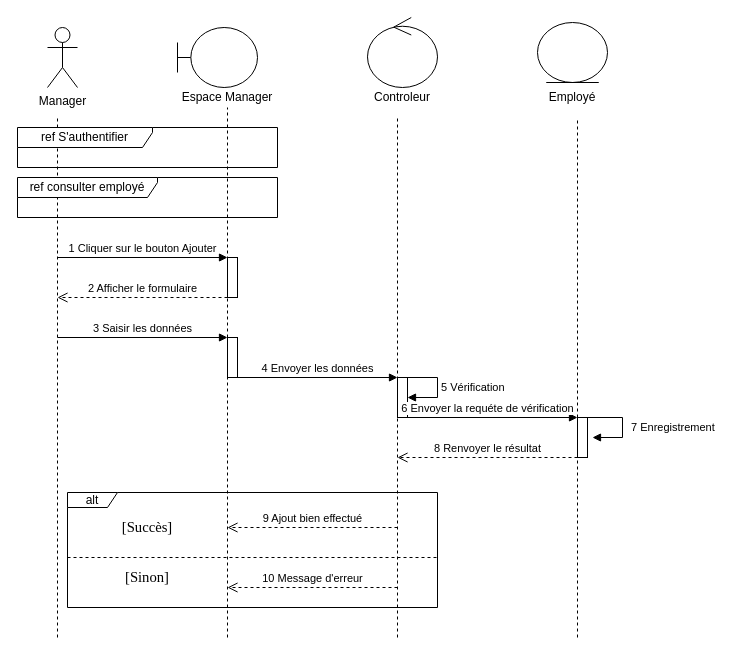
The draw.io diagram Untitled Diagram.drawio in iheblatrech/form-inscription-react, before the edit. Source tidied: cells renumbered, new cells numbered last; positions are measured from the earlier drawing's top-left corner, leaving out a move shared by most shapes. Both pictures are drawn from the tidied source at 100%, with x=0, y=0 at pixel (17, 17).
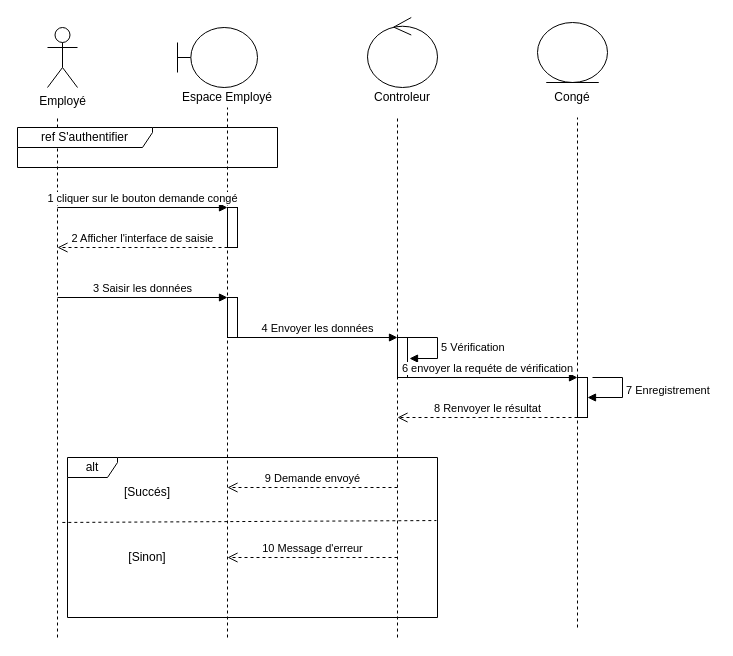
The same diagram, later.

Commit message:
Demande-congé

What changed in the source:
```diff
@@
-    <mxCell id="2" value="Manager" style="shape=umlActor;verticalLabelPosition=bottom;verticalAlign=top;html=1;" parent="1" vertex="1">
+    <mxCell id="2" value="Employé" style="shape=umlActor;verticalLabelPosition=bottom;verticalAlign=top;html=1;" parent="1" vertex="1">
       <mxGeometry x="30" y="10" width="30" height="60" as="geometry" />
     </mxCell>
@@
-    <mxCell id="6" value="Espace Manager" style="text;html=1;strokeColor=none;fillColor=none;align=center;verticalAlign=middle;whiteSpace=wrap;rounded=0;" parent="1" vertex="1">
+    <mxCell id="6" value="Espace Employé" style="text;html=1;strokeColor=none;fillColor=none;align=center;verticalAlign=middle;whiteSpace=wrap;rounded=0;" parent="1" vertex="1">
       <mxGeometry x="130" y="70" width="160" height="20" as="geometry" />
     </mxCell>
@@
-    <mxCell id="8" value="Employé" style="text;html=1;strokeColor=none;fillColor=none;align=center;verticalAlign=middle;whiteSpace=wrap;rounded=0;" parent="1" vertex="1">
+    <mxCell id="8" value="Congé" style="text;html=1;strokeColor=none;fillColor=none;align=center;verticalAlign=middle;whiteSpace=wrap;rounded=0;" parent="1" vertex="1">
       <mxGeometry x="535" y="70" width="40" height="20" as="geometry" />
     </mxCell>
@@
-    <mxCell id="13" style="endArrow=none;dashed=1;html=1;startArrow=none;" parent="1" edge="1" source="25">
+    <mxCell id="13" style="endArrow=none;dashed=1;html=1;startArrow=none;" parent="1" edge="1" source="41">
       <mxGeometry relative="1" as="geometry">
         <mxPoint x="560" y="100" as="targetPoint" />
       </mxGeometry>
     </mxCell>
@@
-    <mxCell id="15" value="ref consulter employé" style="shape=umlFrame;whiteSpace=wrap;html=1;width=140;height=20;" parent="1" vertex="1">
-      <mxGeometry y="160" width="260" height="40" as="geometry" />
-    </mxCell>
-    <mxCell id="16" value="1 Cliquer sur le bouton Ajouter" style="html=1;verticalAlign=bottom;endArrow=block;" parent="1" edge="1">
-      <mxGeometry relative="1" as="geometry">
-        <mxPoint x="40" y="240" as="sourcePoint" />
-        <mxPoint x="210" y="240" as="targetPoint" />
-      </mxGeometry>
-    </mxCell>
-    <mxCell id="17" style="html=1;perimeter=orthogonalPerimeter;" parent="1" vertex="1">
-      <mxGeometry x="210" y="240" width="10" height="40" as="geometry" />
-    </mxCell>
-    <mxCell id="18" value="2 Afficher le formulaire" style="html=1;verticalAlign=bottom;endArrow=open;dashed=1;endSize=8;" parent="1" edge="1">
-      <mxGeometry relative="1" as="geometry">
-        <mxPoint x="210" y="280" as="sourcePoint" />
-        <mxPoint x="40" y="280" as="targetPoint" />
-      </mxGeometry>
-    </mxCell>
+    <mxCell id="35" value="1 cliquer sur le bouton demande congé" style="html=1;verticalAlign=bottom;endArrow=block;" parent="1" edge="1">
+      <mxGeometry relative="1" as="geometry">
+        <mxPoint x="40" y="190" as="sourcePoint" />
+        <mxPoint x="210" y="190" as="targetPoint" />
+      </mxGeometry>
+    </mxCell>
+    <mxCell id="36" style="html=1;perimeter=orthogonalPerimeter;" parent="1" vertex="1">
+      <mxGeometry x="210" y="190" width="10" height="40" as="geometry" />
+    </mxCell>
+    <mxCell id="37" value="2 Afficher l'interface de saisie" style="html=1;verticalAlign=bottom;endArrow=open;dashed=1;endSize=8;" parent="1" edge="1">
+      <mxGeometry relative="1" as="geometry">
+        <mxPoint x="210" y="230" as="sourcePoint" />
+        <mxPoint x="40" y="230" as="targetPoint" />
+      </mxGeometry>
+    </mxCell>
     <mxCell id="19" value="3 Saisir les données" style="html=1;verticalAlign=bottom;endArrow=block;" parent="1" edge="1">
       <mxGeometry relative="1" as="geometry">
-        <mxPoint x="40" y="320" as="sourcePoint" />
-        <mxPoint x="210" y="320" as="targetPoint" />
+        <mxPoint x="40" y="280" as="sourcePoint" />
+        <mxPoint x="210" y="280" as="targetPoint" />
       </mxGeometry>
     </mxCell>
-    <mxCell id="20" style="html=1;perimeter=orthogonalPerimeter;" parent="1" vertex="1">
-      <mxGeometry x="210" y="320" width="10" height="40" as="geometry" />
-    </mxCell>
+    <mxCell id="38" style="html=1;perimeter=orthogonalPerimeter;" parent="1" vertex="1">
+      <mxGeometry x="210" y="280" width="10" height="40" as="geometry" />
+    </mxCell>
     <mxCell id="21" value="4 Envoyer les données" style="html=1;verticalAlign=bottom;endArrow=block;" parent="1" edge="1">
       <mxGeometry relative="1" as="geometry">
-        <mxPoint x="220" y="360" as="sourcePoint" />
-        <mxPoint x="380" y="360" as="targetPoint" />
+        <mxPoint x="220" y="320" as="sourcePoint" />
+        <mxPoint x="380" y="320" as="targetPoint" />
       </mxGeometry>
     </mxCell>
-    <mxCell id="22" style="html=1;points=[];perimeter=orthogonalPerimeter;" parent="1" vertex="1">
-      <mxGeometry x="380" y="360" width="10" height="40" as="geometry" />
-    </mxCell>
+    <mxCell id="39" style="html=1;points=[];perimeter=orthogonalPerimeter;" parent="1" vertex="1">
+      <mxGeometry x="380" y="320" width="10" height="40" as="geometry" />
+    </mxCell>
-    <mxCell id="23" value="5 Vérification" style="edgeStyle=orthogonalEdgeStyle;html=1;align=left;spacingLeft=2;endArrow=block;rounded=0;entryX=1;entryY=0.5;entryDx=0;entryDy=0;entryPerimeter=0;" parent="1" edge="1" target="22">
+    <mxCell id="23" value="5 Vérification" style="edgeStyle=orthogonalEdgeStyle;html=1;align=left;spacingLeft=2;endArrow=block;rounded=0;entryX=1.2;entryY=0.525;entryDx=0;entryDy=0;entryPerimeter=0;" parent="1" edge="1" target="39">
       <mxGeometry relative="1" as="geometry">
-        <mxPoint x="390" y="360" as="sourcePoint" />
+        <mxPoint x="390" y="320" as="sourcePoint" />
         <Array as="points">
-          <mxPoint x="420" y="360" />
-          <mxPoint x="420" y="380" />
+          <mxPoint x="420" y="320" />
+          <mxPoint x="420" y="341" />
         </Array>
       </mxGeometry>
     </mxCell>
-    <mxCell id="24" value="6 Envoyer la requéte de vérification" style="html=1;verticalAlign=bottom;endArrow=block;" parent="1" edge="1">
-      <mxGeometry relative="1" as="geometry">
-        <mxPoint x="380" y="400" as="sourcePoint" />
-        <mxPoint x="560" y="400" as="targetPoint" />
-      </mxGeometry>
-    </mxCell>
-    <mxCell id="25" style="html=1;points=[];perimeter=orthogonalPerimeter;" parent="1" vertex="1">
-      <mxGeometry x="560" y="400" width="10" height="40" as="geometry" />
-    </mxCell>
-    <mxCell id="26" style="endArrow=none;dashed=1;html=1;" parent="1" edge="1" target="25">
-      <mxGeometry relative="1" as="geometry">
-        <mxPoint x="560" y="620" as="sourcePoint" />
-      </mxGeometry>
-    </mxCell>
+    <mxCell id="40" value="6 envoyer la requéte de vérification" style="html=1;verticalAlign=bottom;endArrow=block;" parent="1" edge="1">
+      <mxGeometry relative="1" as="geometry">
+        <mxPoint x="380" y="360" as="sourcePoint" />
+        <mxPoint x="560" y="360" as="targetPoint" />
+      </mxGeometry>
+    </mxCell>
+    <mxCell id="41" style="html=1;points=[];perimeter=orthogonalPerimeter;" parent="1" vertex="1">
+      <mxGeometry x="560" y="360" width="10" height="40" as="geometry" />
+    </mxCell>
+    <mxCell id="42" style="endArrow=none;dashed=1;html=1;startArrow=none;" parent="1" edge="1" target="41">
+      <mxGeometry relative="1" as="geometry">
+        <mxPoint x="560" y="610" as="sourcePoint" />
+      </mxGeometry>
+    </mxCell>
-    <mxCell id="27" value="7 Enregistrement" style="edgeStyle=orthogonalEdgeStyle;html=1;align=left;spacingLeft=2;endArrow=block;rounded=0;exitX=0.9;exitY=0;exitDx=0;exitDy=0;exitPerimeter=0;" parent="1" edge="1" source="25">
-      <mxGeometry x="0.07" y="5" relative="1" as="geometry">
-        <mxPoint x="575" y="420" as="targetPoint" />
+    <mxCell id="27" value="7 Enregistrement" style="edgeStyle=orthogonalEdgeStyle;html=1;align=left;spacingLeft=2;endArrow=block;rounded=0;entryX=1;entryY=0.5;entryDx=0;entryDy=0;entryPerimeter=0;" parent="1" edge="1" target="41">
+      <mxGeometry relative="1" as="geometry">
+        <mxPoint x="575" y="360" as="sourcePoint" />
         <Array as="points">
-          <mxPoint x="605" y="400" />
-          <mxPoint x="605" y="420" />
+          <mxPoint x="605" y="360" />
+          <mxPoint x="605" y="380" />
         </Array>
       </mxGeometry>
     </mxCell>
     <mxCell id="28" value="8 Renvoyer le résultat" style="html=1;verticalAlign=bottom;endArrow=open;dashed=1;endSize=8;" parent="1" edge="1">
       <mxGeometry relative="1" as="geometry">
-        <mxPoint x="560" y="440" as="sourcePoint" />
-        <mxPoint x="380" y="440" as="targetPoint" />
+        <mxPoint x="560" y="400" as="sourcePoint" />
+        <mxPoint x="380" y="400" as="targetPoint" />
       </mxGeometry>
     </mxCell>
-    <mxCell id="29" value="alt" style="shape=umlFrame;whiteSpace=wrap;html=1;width=50;height=15;" parent="1" vertex="1">
-      <mxGeometry x="50" y="475" width="370" height="115" as="geometry" />
+    <mxCell id="29" value="alt" style="shape=umlFrame;whiteSpace=wrap;html=1;width=50;height=20;" parent="1" vertex="1">
+      <mxGeometry x="50" y="440" width="370" height="160" as="geometry" />
     </mxCell>
-    <mxCell id="30" value="9 Ajout bien effectué" style="html=1;verticalAlign=bottom;endArrow=open;dashed=1;endSize=8;" parent="1" edge="1">
-      <mxGeometry relative="1" as="geometry">
-        <mxPoint x="380" y="510" as="sourcePoint" />
-        <mxPoint x="210" y="510" as="targetPoint" />
-      </mxGeometry>
-    </mxCell>
-    <mxCell id="31" value="&lt;span style=&quot;font-size: 11pt ; line-height: 115% ; font-family: &amp;#34;times new roman&amp;#34; , serif&quot;&gt;[Succès]&lt;/span&gt;" style="text;html=1;strokeColor=none;fillColor=none;align=center;verticalAlign=middle;whiteSpace=wrap;rounded=0;" parent="1" vertex="1">
-      <mxGeometry x="110" y="500" width="40" height="20" as="geometry" />
-    </mxCell>
-    <mxCell id="32" style="endArrow=none;dashed=1;html=1;" parent="1" edge="1">
-      <mxGeometry relative="1" as="geometry">
-        <mxPoint x="50" y="540" as="sourcePoint" />
-        <mxPoint x="420" y="540" as="targetPoint" />
-      </mxGeometry>
-    </mxCell>
+    <mxCell id="43" value="9 Demande envoyé" style="html=1;verticalAlign=bottom;endArrow=open;dashed=1;endSize=8;" parent="1" edge="1">
+      <mxGeometry relative="1" as="geometry">
+        <mxPoint x="380" y="470" as="sourcePoint" />
+        <mxPoint x="210" y="470" as="targetPoint" />
+      </mxGeometry>
+    </mxCell>
+    <mxCell id="44" value="[Succés]" style="text;html=1;strokeColor=none;fillColor=none;align=center;verticalAlign=middle;whiteSpace=wrap;rounded=0;" parent="1" vertex="1">
+      <mxGeometry x="110" y="465" width="40" height="20" as="geometry" />
+    </mxCell>
+    <mxCell id="45" style="endArrow=none;dashed=1;html=1;exitX=-0.014;exitY=0.406;exitDx=0;exitDy=0;exitPerimeter=0;entryX=0.997;entryY=0.394;entryDx=0;entryDy=0;entryPerimeter=0;" parent="1" edge="1" source="29" target="29">
+      <mxGeometry relative="1" as="geometry" />
+    </mxCell>
+    <mxCell id="34" value="[Sinon]" style="text;html=1;strokeColor=none;fillColor=none;align=center;verticalAlign=middle;whiteSpace=wrap;rounded=0;" parent="1" vertex="1">
+      <mxGeometry x="110" y="530" width="40" height="20" as="geometry" />
+    </mxCell>
     <mxCell id="33" value="10 Message d'erreur" style="html=1;verticalAlign=bottom;endArrow=open;dashed=1;endSize=8;" parent="1" edge="1">
       <mxGeometry relative="1" as="geometry">
-        <mxPoint x="380" y="570" as="sourcePoint" />
-        <mxPoint x="210" y="570" as="targetPoint" />
+        <mxPoint x="380" y="540" as="sourcePoint" />
+        <mxPoint x="210" y="540" as="targetPoint" />
       </mxGeometry>
     </mxCell>
-    <mxCell id="34" value="&lt;span style=&quot;font-size: 11pt ; line-height: 115% ; font-family: &amp;#34;times new roman&amp;#34; , serif&quot;&gt;[Sinon]&lt;/span&gt;" style="text;html=1;strokeColor=none;fillColor=none;align=center;verticalAlign=middle;whiteSpace=wrap;rounded=0;" parent="1" vertex="1">
-      <mxGeometry x="110" y="550" width="40" height="20" as="geometry" />
-    </mxCell>
```
